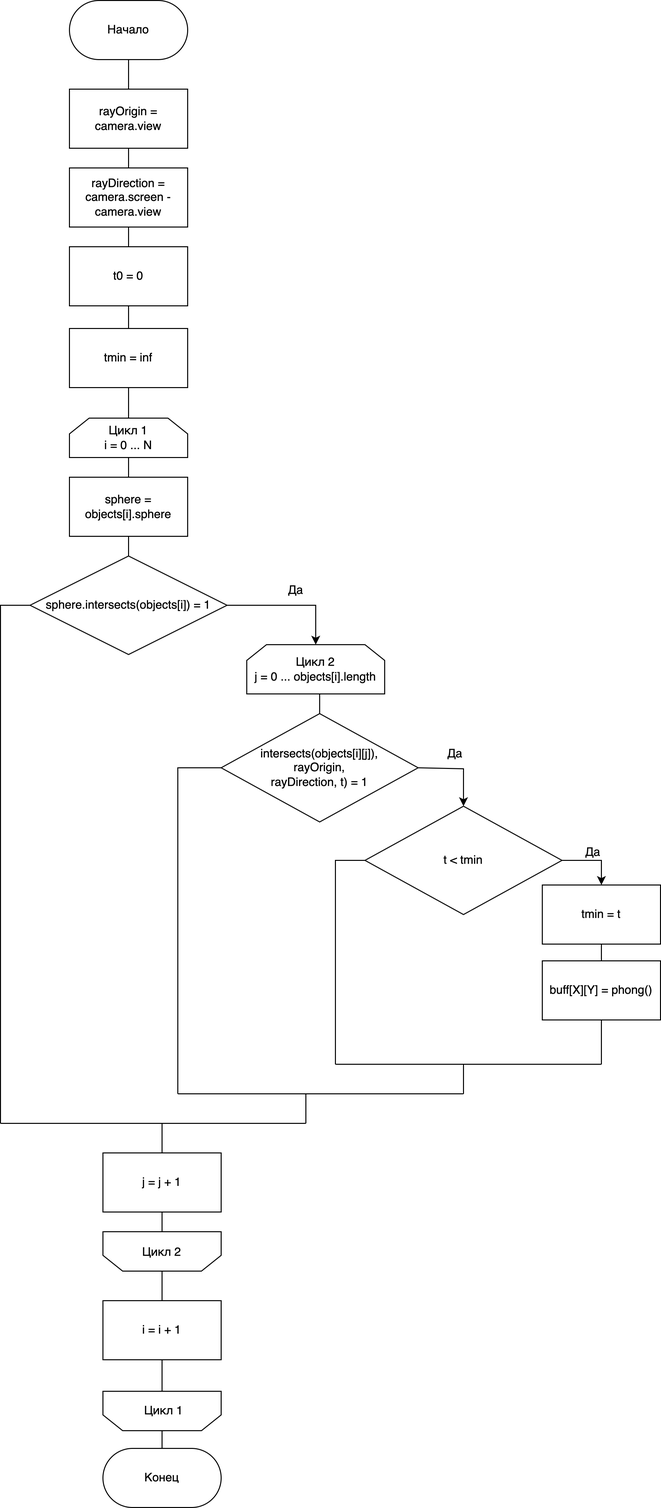
Slindess/CG_COURSE keeps this draw.io diagram as docs/report/img/alg-1.png. Above is the earlier version. Source tidied: cells renumbered, new cells last; positions are measured from the earlier drawing's top-left corner, leaving out a move shared by most shapes.
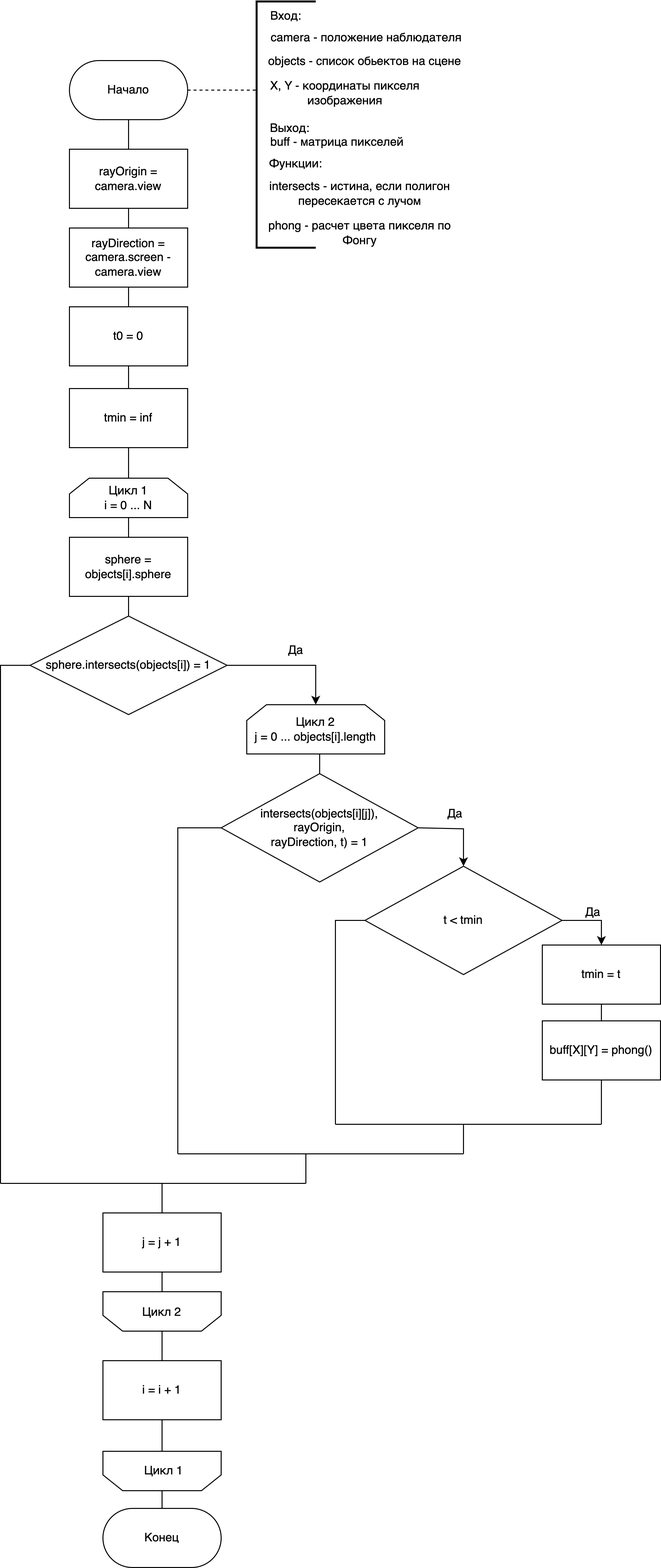
The same diagram one commit later.

Change to the diagram source:
```diff
@@ -195,5 +195,41 @@
     <mxCell id="50" style="endArrow=none;html=1;rounded=0;exitX=0.5;exitY=0;exitDx=0;exitDy=0;entryX=0.5;entryY=0;entryDx=0;entryDy=0;" parent="1" edge="1" source="49" target="9">
       <mxGeometry relative="1" as="geometry" />
     </mxCell>
+    <mxCell id="51" style="strokeWidth=2;html=1;shape=mxgraph.flowchart.annotation_1;align=left;" parent="1" vertex="1">
+      <mxGeometry x="260" y="-60" width="60" height="250" as="geometry" />
+    </mxCell>
+    <mxCell id="52" value="&lt;span style=&quot;text-align: left; text-wrap: nowrap;&quot;&gt;&amp;nbsp;camera - положение наблюдателя&lt;/span&gt;" style="text;html=1;align=center;verticalAlign=middle;whiteSpace=wrap;rounded=0;" parent="1" vertex="1">
+      <mxGeometry x="340" y="-38" width="60" height="30" as="geometry" />
+    </mxCell>
+    <mxCell id="53" value="&lt;span style=&quot;text-align: left; text-wrap: nowrap;&quot;&gt;objects - список обьектов на сцене&lt;/span&gt;" style="text;html=1;align=center;verticalAlign=middle;whiteSpace=wrap;rounded=0;" parent="1" vertex="1">
+      <mxGeometry x="340" y="-14" width="60" height="30" as="geometry" />
+    </mxCell>
+    <mxCell id="54" value="X, Y - координаты пикселя изображения" style="text;html=1;align=center;verticalAlign=middle;whiteSpace=wrap;rounded=0;" parent="1" vertex="1">
+      <mxGeometry x="250" y="18" width="200" height="30" as="geometry" />
+    </mxCell>
+    <mxCell id="55" value="&lt;span style=&quot;text-align: left; text-wrap: nowrap;&quot;&gt;buff - матрица пикселей&lt;/span&gt;" style="text;html=1;align=center;verticalAlign=middle;whiteSpace=wrap;rounded=0;" parent="1" vertex="1">
+      <mxGeometry x="312" y="68" width="60" height="30" as="geometry" />
+    </mxCell>
+    <mxCell id="56" value="Вход:" style="text;html=1;align=center;verticalAlign=middle;whiteSpace=wrap;rounded=0;" parent="1" vertex="1">
+      <mxGeometry x="260" y="-60" width="60" height="30" as="geometry" />
+    </mxCell>
+    <mxCell id="57" value="Выход:" style="text;html=1;align=center;verticalAlign=middle;whiteSpace=wrap;rounded=0;" parent="1" vertex="1">
+      <mxGeometry x="264" y="54" width="60" height="30" as="geometry" />
+    </mxCell>
+    <mxCell id="58" style="edgeStyle=orthogonalEdgeStyle;rounded=0;orthogonalLoop=1;jettySize=auto;html=1;exitX=0.5;exitY=1;exitDx=0;exitDy=0;exitPerimeter=0;" parent="1" edge="1" source="51" target="51">
+      <mxGeometry relative="1" as="geometry" />
+    </mxCell>
+    <mxCell id="59" style="endArrow=none;dashed=1;html=1;rounded=0;entryX=0.05;entryY=0.4;entryDx=0;entryDy=0;exitX=1;exitY=0.5;exitDx=0;exitDy=0;entryPerimeter=0;" parent="1" edge="1" source="2" target="54">
+      <mxGeometry relative="1" as="geometry" />
+    </mxCell>
+    <mxCell id="60" value="Функции:" style="text;html=1;align=center;verticalAlign=middle;whiteSpace=wrap;rounded=0;" parent="1" vertex="1">
+      <mxGeometry x="270" y="90" width="60" height="30" as="geometry" />
+    </mxCell>
+    <mxCell id="61" value="intersects - истина, если полигон пересекается с лучом" style="text;html=1;align=center;verticalAlign=middle;whiteSpace=wrap;rounded=0;" parent="1" vertex="1">
+      <mxGeometry x="270" y="120" width="190" height="30" as="geometry" />
+    </mxCell>
+    <mxCell id="62" value="phong - расчет цвета пикселя по Фонгу" style="text;html=1;align=center;verticalAlign=middle;whiteSpace=wrap;rounded=0;" parent="1" vertex="1">
+      <mxGeometry x="270" y="160" width="190" height="30" as="geometry" />
+    </mxCell>
   </root>
 </mxGraphModel>
```
